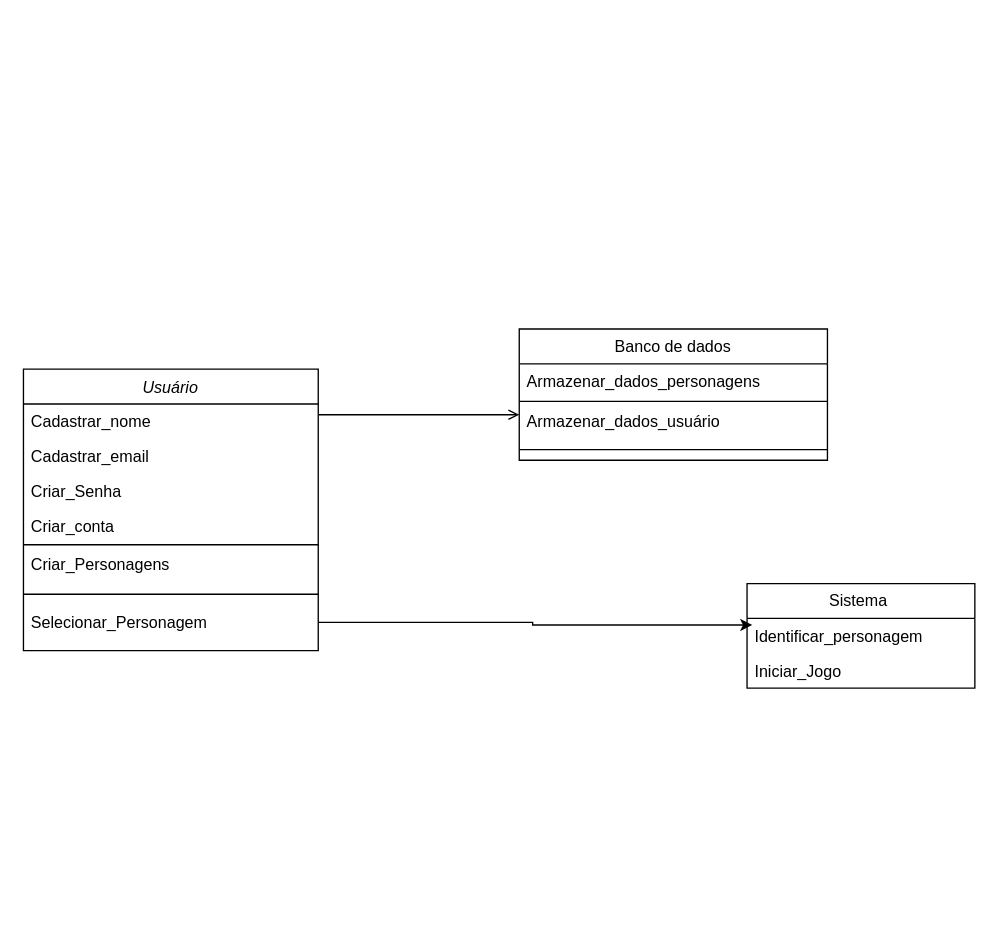
Lotharzin/Valley-Of-Cleaning keeps this draw.io diagram as page "Classes" (2 of 7) of Diagrama sem nome.drawio. Above is the earlier version. Source tidied: cells renumbered, new cells numbered last; positions are measured from the earlier drawing's top-left corner, leaving out a move shared by most shapes. Both pictures are drawn from the tidied source at 134%, with x=0, y=0 at pixel (23, 328).
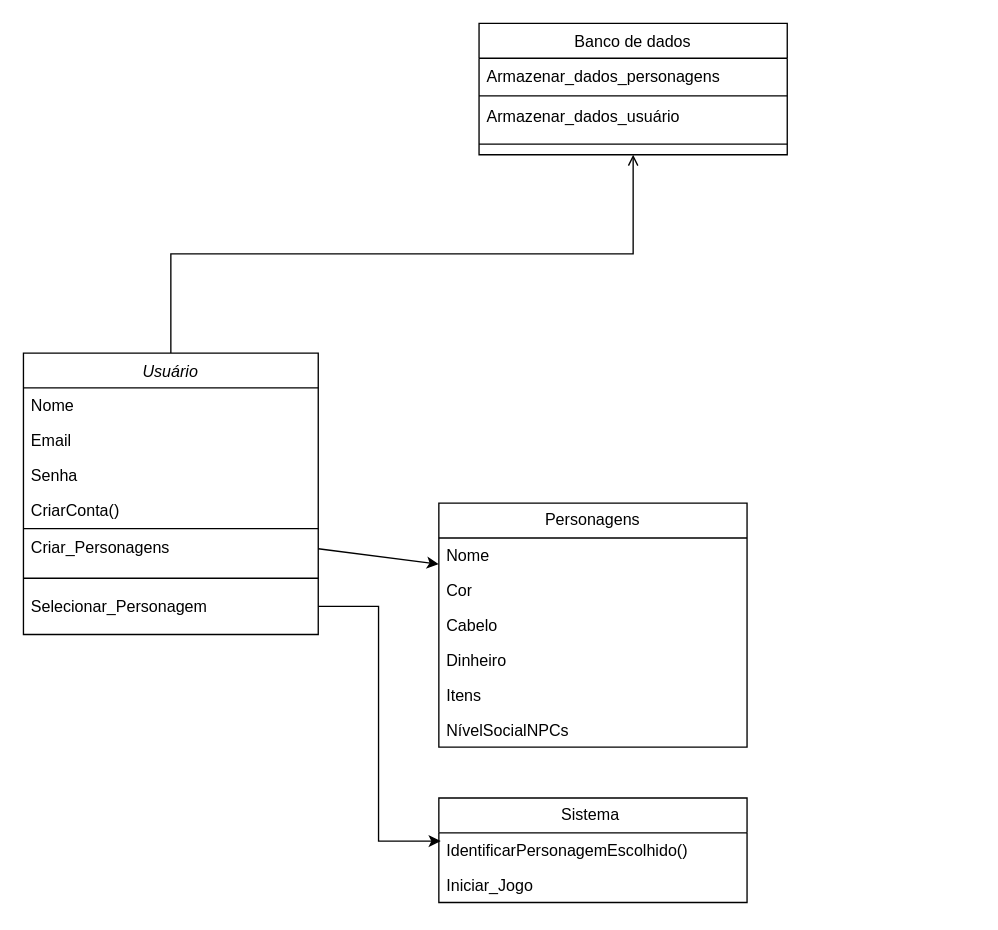
The same diagram, later.

Unchanged cells that the change refers to:
```xml
<mxCell id="8" value="Criar_Personagens" style="text;align=left;verticalAlign=top;spacingLeft=4;spacingRight=4;overflow=hidden;points=[[0,0.5],[1,0.5]];portConstraint=eastwest;rounded=0;shadow=0;html=0;" parent="2" vertex="1">
  <mxGeometry y="132" width="220" height="28" as="geometry" />
</mxCell>
<mxCell id="10" value="Selecionar_Personagem" style="text;align=left;verticalAlign=top;spacingLeft=4;spacingRight=4;overflow=hidden;points=[[0,0.5],[1,0.5]];portConstraint=eastwest;rounded=0;shadow=0;html=0;" parent="2" vertex="1">
  <mxGeometry y="176" width="220" height="26" as="geometry" />
</mxCell>
```

Change to the diagram source:
```diff
@@
     <mxCell id="2" value="Usuário" style="swimlane;fontStyle=2;align=center;verticalAlign=top;horizontal=1;startSize=26;rounded=0;shadow=0;strokeWidth=1;" parent="1" vertex="1">
-      <mxGeometry y="30" width="220" height="210" as="geometry" />
+      <mxGeometry y="18" width="220" height="210" as="geometry" />
     </mxCell>
-    <mxCell id="3" value="Cadastrar_nome" style="text;align=left;verticalAlign=top;spacingLeft=4;spacingRight=4;overflow=hidden;" parent="2" vertex="1">
+    <mxCell id="3" value="Nome" style="text;align=left;verticalAlign=top;spacingLeft=4;spacingRight=4;overflow=hidden;" parent="2" vertex="1">
       <mxGeometry y="26" width="220" height="26" as="geometry" />
     </mxCell>
-    <mxCell id="4" value="Cadastrar_email" style="text;align=left;verticalAlign=top;spacingLeft=4;spacingRight=4;overflow=hidden;rounded=0;shadow=0;html=0;" parent="2" vertex="1">
+    <mxCell id="4" value="Email" style="text;align=left;verticalAlign=top;spacingLeft=4;spacingRight=4;overflow=hidden;rounded=0;shadow=0;html=0;" parent="2" vertex="1">
       <mxGeometry y="52" width="220" height="26" as="geometry" />
     </mxCell>
-    <mxCell id="5" value="Criar_Senha" style="text;align=left;verticalAlign=top;spacingLeft=4;spacingRight=4;overflow=hidden;rounded=0;shadow=0;html=0;" parent="2" vertex="1">
+    <mxCell id="5" value="Senha" style="text;align=left;verticalAlign=top;spacingLeft=4;spacingRight=4;overflow=hidden;rounded=0;shadow=0;html=0;" parent="2" vertex="1">
       <mxGeometry y="78" width="220" height="26" as="geometry" />
     </mxCell>
-    <mxCell id="6" value="Criar_conta" style="text;align=left;verticalAlign=top;spacingLeft=4;spacingRight=4;overflow=hidden;rounded=0;shadow=0;html=0;" parent="2" vertex="1">
+    <mxCell id="6" value="CriarConta()" style="text;align=left;verticalAlign=top;spacingLeft=4;spacingRight=4;overflow=hidden;rounded=0;shadow=0;html=0;" parent="2" vertex="1">
       <mxGeometry y="104" width="220" height="26" as="geometry" />
     </mxCell>
@@
     <mxCell id="11" value="Banco de dados" style="swimlane;fontStyle=0;align=center;verticalAlign=top;horizontal=1;startSize=26;rounded=0;shadow=0;strokeWidth=1;" parent="1" vertex="1">
-      <mxGeometry x="370" width="230" height="98" as="geometry" />
+      <mxGeometry x="340" y="-228" width="230" height="98" as="geometry" />
     </mxCell>
@@
     <mxCell id="17" value="Sistema&amp;nbsp;" style="swimlane;fontStyle=0;horizontal=1;startSize=26;fillColor=none;whiteSpace=wrap;html=1;" parent="1" vertex="1">
-      <mxGeometry x="540" y="190" width="170" height="78" as="geometry" />
+      <mxGeometry x="310" y="350" width="230" height="78" as="geometry" />
     </mxCell>
-    <mxCell id="18" value="Identificar_personagem" style="text;strokeColor=none;fillColor=none;align=left;verticalAlign=top;spacingLeft=4;spacingRight=4;overflow=hidden;points=[[0,0.5],[1,0.5]];portConstraint=eastwest;whiteSpace=wrap;html=1;" parent="17" vertex="1">
-      <mxGeometry y="26" width="170" height="26" as="geometry" />
+    <mxCell id="18" value="IdentificarPersonagemEscolhido()" style="text;strokeColor=none;fillColor=none;align=left;verticalAlign=top;spacingLeft=4;spacingRight=4;overflow=hidden;points=[[0,0.5],[1,0.5]];portConstraint=eastwest;whiteSpace=wrap;html=1;" parent="17" vertex="1">
+      <mxGeometry y="26" width="230" height="26" as="geometry" />
     </mxCell>
     <mxCell id="19" value="Iniciar_Jogo" style="text;strokeColor=none;fillColor=none;align=left;verticalAlign=top;spacingLeft=4;spacingRight=4;overflow=hidden;whiteSpace=wrap;html=1;" parent="17" vertex="1">
-      <mxGeometry y="52" width="170" height="26" as="geometry" />
+      <mxGeometry y="52" width="230" height="26" as="geometry" />
     </mxCell>
-    <mxCell id="20" style="edgeStyle=orthogonalEdgeStyle;rounded=0;jettySize=auto;html=1;exitX=1;exitY=0.5;exitDx=0;exitDy=0;entryX=0.023;entryY=0.188;entryDx=0;entryDy=0;entryPerimeter=0;" parent="1" edge="1" source="10" target="18">
+    <mxCell id="20" style="edgeStyle=orthogonalEdgeStyle;rounded=0;jettySize=auto;html=1;exitX=1;exitY=0.5;exitDx=0;exitDy=0;entryX=0.006;entryY=0.237;entryDx=0;entryDy=0;entryPerimeter=0;" parent="1" edge="1" source="10" target="18">
       <mxGeometry relative="1" as="geometry" />
     </mxCell>
+    <mxCell id="21" value="Personagens" style="swimlane;fontStyle=0;horizontal=1;startSize=26;fillColor=none;whiteSpace=wrap;html=1;" parent="1" vertex="1">
+      <mxGeometry x="310" y="130" width="230" height="182" as="geometry" />
+    </mxCell>
+    <mxCell id="22" value="Nome" style="text;strokeColor=none;fillColor=none;align=left;verticalAlign=top;spacingLeft=4;spacingRight=4;overflow=hidden;whiteSpace=wrap;html=1;" parent="21" vertex="1">
+      <mxGeometry y="26" width="230" height="26" as="geometry" />
+    </mxCell>
+    <mxCell id="23" value="Cor" style="text;strokeColor=none;fillColor=none;align=left;verticalAlign=top;spacingLeft=4;spacingRight=4;overflow=hidden;whiteSpace=wrap;html=1;" parent="21" vertex="1">
+      <mxGeometry y="52" width="230" height="26" as="geometry" />
+    </mxCell>
+    <mxCell id="24" value="Cabelo" style="text;strokeColor=none;fillColor=none;align=left;verticalAlign=top;spacingLeft=4;spacingRight=4;overflow=hidden;whiteSpace=wrap;html=1;" parent="21" vertex="1">
+      <mxGeometry y="78" width="230" height="26" as="geometry" />
+    </mxCell>
+    <mxCell id="25" value="Dinheiro" style="text;strokeColor=none;fillColor=none;align=left;verticalAlign=top;spacingLeft=4;spacingRight=4;overflow=hidden;whiteSpace=wrap;html=1;" parent="21" vertex="1">
+      <mxGeometry y="104" width="230" height="26" as="geometry" />
+    </mxCell>
+    <mxCell id="26" value="Itens" style="text;strokeColor=none;fillColor=none;align=left;verticalAlign=top;spacingLeft=4;spacingRight=4;overflow=hidden;whiteSpace=wrap;html=1;" parent="21" vertex="1">
+      <mxGeometry y="130" width="230" height="26" as="geometry" />
+    </mxCell>
+    <mxCell id="27" value="NívelSocialNPCs" style="text;strokeColor=none;fillColor=none;align=left;verticalAlign=top;spacingLeft=4;spacingRight=4;overflow=hidden;whiteSpace=wrap;html=1;" parent="21" vertex="1">
+      <mxGeometry y="156" width="230" height="26" as="geometry" />
+    </mxCell>
+    <mxCell id="28" style="endArrow=classic;html=1;rounded=0;exitX=1;exitY=0.5;exitDx=0;exitDy=0;entryX=0;entryY=0.25;entryDx=0;entryDy=0;" parent="1" edge="1" source="8" target="21">
+      <mxGeometry relative="1" as="geometry" />
+    </mxCell>
```
